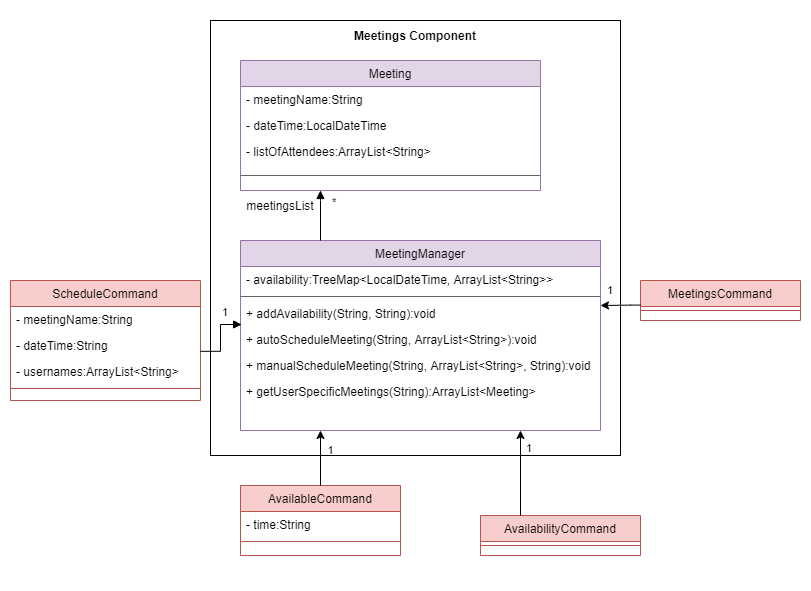
Before: docs/developerGuideDiagrams/meetingsComponent.png, a diagram exported from draw.io (theeugenechong/tp). Source tidied: cells renumbered, new cells last; positions are measured from the earlier drawing's top-left corner, leaving out a move shared by most shapes. The source it was exported from:
```xml
<mxGraphModel>
  <root>
    <mxCell id="0" />
    <mxCell id="1" parent="0" />
    <mxCell id="2" style="rounded=0;whiteSpace=wrap;html=1;strokeColor=none;" parent="1" vertex="1">
      <mxGeometry width="810" height="590" as="geometry" />
    </mxCell>
    <mxCell id="3" value="AvailableCommand" style="swimlane;fontStyle=0;align=center;verticalAlign=top;horizontal=1;startSize=26;rounded=0;shadow=0;strokeWidth=1;fillColor=#f8cecc;strokeColor=#b85450;" parent="1" vertex="1">
      <mxGeometry x="240" y="485" width="160" height="70" as="geometry" />
    </mxCell>
    <mxCell id="4" value="- time:String" style="text;align=left;verticalAlign=top;spacingLeft=4;spacingRight=4;overflow=hidden;" parent="3" vertex="1">
      <mxGeometry y="26" width="160" height="26" as="geometry" />
    </mxCell>
    <mxCell id="5" style="line;html=1;strokeWidth=1;align=left;verticalAlign=middle;spacingTop=-1;spacingLeft=3;spacingRight=3;labelPosition=right;fillColor=#f8cecc;strokeColor=#b85450;" parent="3" vertex="1">
      <mxGeometry y="52" width="160" height="8" as="geometry" />
    </mxCell>
    <mxCell id="6" value="AvailabilityCommand" style="swimlane;fontStyle=0;align=center;verticalAlign=top;horizontal=1;startSize=26;rounded=0;shadow=0;strokeWidth=1;fillColor=#f8cecc;strokeColor=#b85450;" parent="1" vertex="1">
      <mxGeometry x="480" y="515" width="160" height="40" as="geometry" />
    </mxCell>
    <mxCell id="7" style="line;html=1;strokeWidth=1;align=left;verticalAlign=middle;spacingTop=-1;spacingLeft=3;spacingRight=3;labelPosition=right;fillColor=#f8cecc;strokeColor=#b85450;" parent="6" vertex="1">
      <mxGeometry y="26" width="160" height="8" as="geometry" />
    </mxCell>
    <mxCell id="8" value="MeetingManager" style="swimlane;fontStyle=0;align=center;verticalAlign=top;horizontal=1;startSize=26;rounded=0;shadow=0;strokeWidth=1;fillColor=#e1d5e7;strokeColor=#9673a6;" parent="1" vertex="1">
      <mxGeometry x="240" y="240" width="360" height="190" as="geometry" />
    </mxCell>
    <mxCell id="9" value="- availability:TreeMap&lt;LocalDateTime, ArrayList&lt;String&gt;&gt;" style="text;align=left;verticalAlign=top;spacingLeft=4;spacingRight=4;overflow=hidden;" parent="8" vertex="1">
      <mxGeometry y="26" width="360" height="26" as="geometry" />
    </mxCell>
    <mxCell id="10" style="line;html=1;strokeWidth=1;align=left;verticalAlign=middle;spacingTop=-1;spacingLeft=3;spacingRight=3;labelPosition=right;fillColor=#f5f5f5;fontColor=#333333;strokeColor=#666666;" parent="8" vertex="1">
      <mxGeometry y="52" width="360" height="8" as="geometry" />
    </mxCell>
    <mxCell id="11" value="+ addAvailability(String, String):void" style="text;align=left;verticalAlign=top;spacingLeft=4;spacingRight=4;overflow=hidden;points=[[0,0.5],[1,0.5]];portConstraint=eastwest;" parent="8" vertex="1">
      <mxGeometry y="60" width="360" height="26" as="geometry" />
    </mxCell>
    <mxCell id="12" value="+ autoScheduleMeeting(String, ArrayList&lt;String&gt;):void" style="text;align=left;verticalAlign=top;spacingLeft=4;spacingRight=4;overflow=hidden;points=[[0,0.5],[1,0.5]];portConstraint=eastwest;" parent="8" vertex="1">
      <mxGeometry y="86" width="360" height="26" as="geometry" />
    </mxCell>
    <mxCell id="13" value="+ manualScheduleMeeting(String, ArrayList&lt;String&gt;, String):void" style="text;align=left;verticalAlign=top;spacingLeft=4;spacingRight=4;overflow=hidden;" parent="8" vertex="1">
      <mxGeometry y="112" width="360" height="26" as="geometry" />
    </mxCell>
    <mxCell id="14" value="+ getUserSpecificMeetings(String):ArrayList&lt;Meeting&gt;" style="text;align=left;verticalAlign=top;spacingLeft=4;spacingRight=4;overflow=hidden;" parent="8" vertex="1">
      <mxGeometry y="138" width="360" height="26" as="geometry" />
    </mxCell>
    <mxCell id="15" value="1" style="edgeLabel;html=1;align=left;verticalAlign=bottom;" parent="1" vertex="1">
      <mxGeometry x="530" y="390" as="geometry">
        <mxPoint x="-6" y="66" as="offset" />
      </mxGeometry>
    </mxCell>
    <mxCell id="16" value="Meeting" style="swimlane;fontStyle=0;align=center;verticalAlign=top;horizontal=1;startSize=26;rounded=0;shadow=0;strokeWidth=1;fillColor=#e1d5e7;strokeColor=#9673a6;" parent="1" vertex="1">
      <mxGeometry x="240" y="60" width="300" height="130" as="geometry" />
    </mxCell>
    <mxCell id="17" value="- meetingName:String" style="text;align=left;verticalAlign=top;spacingLeft=4;spacingRight=4;overflow=hidden;" parent="16" vertex="1">
      <mxGeometry y="26" width="300" height="26" as="geometry" />
    </mxCell>
    <mxCell id="18" value="- dateTime:LocalDateTime" style="text;align=left;verticalAlign=top;spacingLeft=4;spacingRight=4;overflow=hidden;" parent="16" vertex="1">
      <mxGeometry y="52" width="300" height="26" as="geometry" />
    </mxCell>
    <mxCell id="19" value="- listOfAttendees:ArrayList&lt;String&gt;" style="text;align=left;verticalAlign=top;spacingLeft=4;spacingRight=4;overflow=hidden;" parent="16" vertex="1">
      <mxGeometry y="78" width="300" height="26" as="geometry" />
    </mxCell>
    <mxCell id="20" style="line;html=1;strokeWidth=1;align=left;verticalAlign=middle;spacingTop=-1;spacingLeft=3;spacingRight=3;labelPosition=right;fillColor=#f5f5f5;fontColor=#333333;strokeColor=#666666;" parent="16" vertex="1">
      <mxGeometry y="104" width="300" height="22" as="geometry" />
    </mxCell>
    <mxCell id="21" style="endArrow=block;endFill=1;html=1;edgeStyle=orthogonalEdgeStyle;align=left;verticalAlign=top;rounded=0;" parent="1" edge="1">
      <mxGeometry x="-1" relative="1" as="geometry">
        <mxPoint x="320" y="240" as="sourcePoint" />
        <mxPoint x="320" y="190" as="targetPoint" />
        <Array as="points">
          <mxPoint x="320" y="200" />
          <mxPoint x="320" y="200" />
        </Array>
      </mxGeometry>
    </mxCell>
    <mxCell id="22" value="*" style="edgeLabel;html=1;align=left;verticalAlign=bottom;" parent="21" vertex="1">
      <mxGeometry x="-1" relative="1" as="geometry">
        <mxPoint x="10" y="-30" as="offset" />
      </mxGeometry>
    </mxCell>
    <mxCell id="23" value="ScheduleCommand" style="swimlane;fontStyle=0;align=center;verticalAlign=top;horizontal=1;startSize=26;rounded=0;shadow=0;strokeWidth=1;fillColor=#f8cecc;strokeColor=#b85450;" parent="1" vertex="1">
      <mxGeometry x="10" y="280" width="190" height="120" as="geometry" />
    </mxCell>
    <mxCell id="24" value="- meetingName:String" style="text;align=left;verticalAlign=top;spacingLeft=4;spacingRight=4;overflow=hidden;" parent="23" vertex="1">
      <mxGeometry y="26" width="190" height="26" as="geometry" />
    </mxCell>
    <mxCell id="25" value="- dateTime:String" style="text;align=left;verticalAlign=top;spacingLeft=4;spacingRight=4;overflow=hidden;points=[[0,0.5],[1,0.5]];portConstraint=eastwest;" parent="23" vertex="1">
      <mxGeometry y="52" width="190" height="26" as="geometry" />
    </mxCell>
    <mxCell id="26" value="- usernames:ArrayList&lt;String&gt;" style="text;align=left;verticalAlign=top;spacingLeft=4;spacingRight=4;overflow=hidden;" parent="23" vertex="1">
      <mxGeometry y="78" width="190" height="26" as="geometry" />
    </mxCell>
    <mxCell id="27" style="line;html=1;strokeWidth=1;align=left;verticalAlign=middle;spacingTop=-1;spacingLeft=3;spacingRight=3;labelPosition=right;fillColor=#f8cecc;strokeColor=#b85450;" parent="23" vertex="1">
      <mxGeometry y="104" width="190" height="8" as="geometry" />
    </mxCell>
    <mxCell id="28" style="endArrow=block;endFill=1;html=1;edgeStyle=orthogonalEdgeStyle;align=left;verticalAlign=top;rounded=0;entryX=0.003;entryY=0.923;entryDx=0;entryDy=0;entryPerimeter=0;exitX=1;exitY=0.724;exitDx=0;exitDy=0;exitPerimeter=0;" parent="1" edge="1" source="25" target="11">
      <mxGeometry x="-1" relative="1" as="geometry">
        <Array as="points">
          <mxPoint x="220" y="351" />
          <mxPoint x="220" y="324" />
        </Array>
      </mxGeometry>
    </mxCell>
    <mxCell id="29" value="1" style="edgeLabel;html=1;align=left;verticalAlign=bottom;" parent="28" vertex="1">
      <mxGeometry x="-1" relative="1" as="geometry">
        <mxPoint x="20" y="-31" as="offset" />
      </mxGeometry>
    </mxCell>
    <mxCell id="30" value="MeetingsCommand" style="swimlane;fontStyle=0;align=center;verticalAlign=top;horizontal=1;startSize=26;rounded=0;shadow=0;strokeWidth=1;fillColor=#f8cecc;strokeColor=#b85450;" parent="1" vertex="1">
      <mxGeometry x="640" y="280" width="160" height="40" as="geometry" />
    </mxCell>
    <mxCell id="31" style="line;html=1;strokeWidth=1;align=left;verticalAlign=middle;spacingTop=-1;spacingLeft=3;spacingRight=3;labelPosition=right;fillColor=#f8cecc;strokeColor=#b85450;" parent="30" vertex="1">
      <mxGeometry y="26" width="160" height="8" as="geometry" />
    </mxCell>
    <mxCell id="32" style="edgeStyle=orthogonalEdgeStyle;rounded=0;orthogonalLoop=1;jettySize=auto;html=1;exitX=0.25;exitY=0;exitDx=0;exitDy=0;strokeColor=default;" parent="1" edge="1">
      <mxGeometry relative="1" as="geometry">
        <mxPoint x="640" y="304.6" as="sourcePoint" />
        <mxPoint x="600" y="305" as="targetPoint" />
        <Array as="points">
          <mxPoint x="630" y="304.6" />
        </Array>
      </mxGeometry>
    </mxCell>
    <mxCell id="33" value="1" style="edgeLabel;html=1;align=left;verticalAlign=bottom;" parent="1" vertex="1">
      <mxGeometry x="600" y="300" as="geometry">
        <mxPoint x="5" y="-2" as="offset" />
      </mxGeometry>
    </mxCell>
    <mxCell id="34" style="endArrow=classic;html=1;rounded=0;strokeColor=default;exitX=0.25;exitY=0;exitDx=0;exitDy=0;" parent="1" edge="1" source="6">
      <mxGeometry relative="1" as="geometry">
        <mxPoint x="520" y="430" as="targetPoint" />
      </mxGeometry>
    </mxCell>
    <mxCell id="35" value="1" style="endArrow=classic;html=1;rounded=0;strokeColor=default;exitX=0.5;exitY=0;exitDx=0;exitDy=0;" parent="1" edge="1" source="3">
      <mxGeometry x="0.27" y="-10" relative="1" as="geometry">
        <mxPoint x="320" y="430" as="targetPoint" />
      </mxGeometry>
    </mxCell>
    <mxCell id="36" style="rounded=0;whiteSpace=wrap;html=1;fillColor=none;" parent="1" vertex="1">
      <mxGeometry x="210" y="20" width="410" height="435" as="geometry" />
    </mxCell>
    <mxCell id="37" value="meetingsList" style="text;html=1;strokeColor=none;fillColor=none;align=center;verticalAlign=middle;whiteSpace=wrap;rounded=0;" parent="1" vertex="1">
      <mxGeometry x="235" y="190" width="90" height="30" as="geometry" />
    </mxCell>
    <mxCell id="38" value="&lt;b&gt;Meetings Component&lt;/b&gt;" style="text;html=1;strokeColor=none;fillColor=none;align=center;verticalAlign=middle;whiteSpace=wrap;rounded=0;" parent="1" vertex="1">
      <mxGeometry x="335" y="20" width="160" height="30" as="geometry" />
    </mxCell>
  </root>
</mxGraphModel>
```
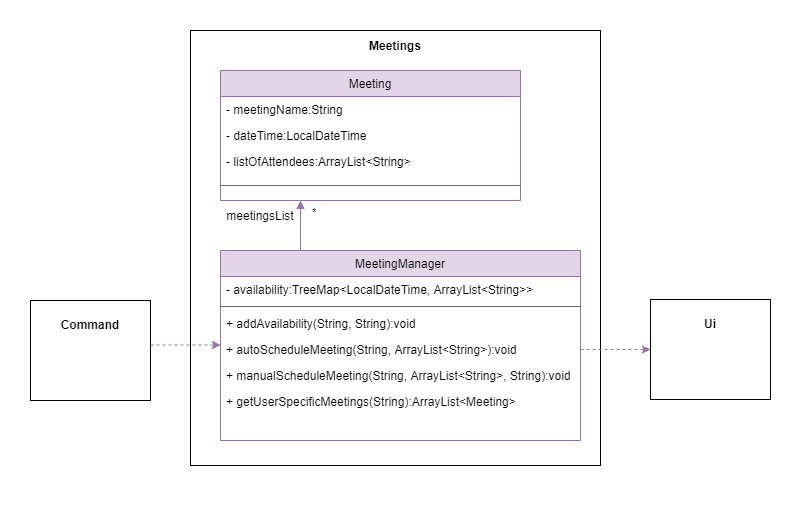
Above is the later version.

Change to the diagram source:
```diff
@@ -3,23 +3,11 @@
     <mxCell id="0" />
     <mxCell id="1" parent="0" />
     <mxCell id="2" style="rounded=0;whiteSpace=wrap;html=1;strokeColor=none;" parent="1" vertex="1">
-      <mxGeometry width="810" height="590" as="geometry" />
+      <mxGeometry x="20" y="-10" width="789" height="520" as="geometry" />
     </mxCell>
-    <mxCell id="3" value="AvailableCommand" style="swimlane;fontStyle=0;align=center;verticalAlign=top;horizontal=1;startSize=26;rounded=0;shadow=0;strokeWidth=1;fillColor=#f8cecc;strokeColor=#b85450;" parent="1" vertex="1">
-      <mxGeometry x="240" y="485" width="160" height="70" as="geometry" />
-    </mxCell>
-    <mxCell id="4" value="- time:String" style="text;align=left;verticalAlign=top;spacingLeft=4;spacingRight=4;overflow=hidden;" parent="3" vertex="1">
-      <mxGeometry y="26" width="160" height="26" as="geometry" />
-    </mxCell>
-    <mxCell id="5" style="line;html=1;strokeWidth=1;align=left;verticalAlign=middle;spacingTop=-1;spacingLeft=3;spacingRight=3;labelPosition=right;fillColor=#f8cecc;strokeColor=#b85450;" parent="3" vertex="1">
-      <mxGeometry y="52" width="160" height="8" as="geometry" />
-    </mxCell>
-    <mxCell id="6" value="AvailabilityCommand" style="swimlane;fontStyle=0;align=center;verticalAlign=top;horizontal=1;startSize=26;rounded=0;shadow=0;strokeWidth=1;fillColor=#f8cecc;strokeColor=#b85450;" parent="1" vertex="1">
-      <mxGeometry x="480" y="515" width="160" height="40" as="geometry" />
-    </mxCell>
-    <mxCell id="7" style="line;html=1;strokeWidth=1;align=left;verticalAlign=middle;spacingTop=-1;spacingLeft=3;spacingRight=3;labelPosition=right;fillColor=#f8cecc;strokeColor=#b85450;" parent="6" vertex="1">
-      <mxGeometry y="26" width="160" height="8" as="geometry" />
-    </mxCell>
+    <mxCell id="36" style="rounded=0;whiteSpace=wrap;html=1;fillColor=none;" parent="1" vertex="1">
+      <mxGeometry x="210" y="20" width="410" height="435" as="geometry" />
+    </mxCell>
     <mxCell id="8" value="MeetingManager" style="swimlane;fontStyle=0;align=center;verticalAlign=top;horizontal=1;startSize=26;rounded=0;shadow=0;strokeWidth=1;fillColor=#e1d5e7;strokeColor=#9673a6;" parent="1" vertex="1">
       <mxGeometry x="240" y="240" width="360" height="190" as="geometry" />
     </mxCell>
@@ -41,11 +29,6 @@
     <mxCell id="14" value="+ getUserSpecificMeetings(String):ArrayList&lt;Meeting&gt;" style="text;align=left;verticalAlign=top;spacingLeft=4;spacingRight=4;overflow=hidden;" parent="8" vertex="1">
       <mxGeometry y="138" width="360" height="26" as="geometry" />
     </mxCell>
-    <mxCell id="15" value="1" style="edgeLabel;html=1;align=left;verticalAlign=bottom;" parent="1" vertex="1">
-      <mxGeometry x="530" y="390" as="geometry">
-        <mxPoint x="-6" y="66" as="offset" />
-      </mxGeometry>
-    </mxCell>
     <mxCell id="16" value="Meeting" style="swimlane;fontStyle=0;align=center;verticalAlign=top;horizontal=1;startSize=26;rounded=0;shadow=0;strokeWidth=1;fillColor=#e1d5e7;strokeColor=#9673a6;" parent="1" vertex="1">
       <mxGeometry x="240" y="60" width="300" height="130" as="geometry" />
     </mxCell>
@@ -61,7 +44,7 @@
     <mxCell id="20" style="line;html=1;strokeWidth=1;align=left;verticalAlign=middle;spacingTop=-1;spacingLeft=3;spacingRight=3;labelPosition=right;fillColor=#f5f5f5;fontColor=#333333;strokeColor=#666666;" parent="16" vertex="1">
       <mxGeometry y="104" width="300" height="22" as="geometry" />
     </mxCell>
-    <mxCell id="21" style="endArrow=block;endFill=1;html=1;edgeStyle=orthogonalEdgeStyle;align=left;verticalAlign=top;rounded=0;" parent="1" edge="1">
+    <mxCell id="21" style="endArrow=block;endFill=1;html=1;edgeStyle=orthogonalEdgeStyle;align=left;verticalAlign=top;rounded=0;fillColor=#e1d5e7;strokeColor=#9673a6;" parent="1" edge="1">
       <mxGeometry x="-1" relative="1" as="geometry">
         <mxPoint x="320" y="240" as="sourcePoint" />
         <mxPoint x="320" y="190" as="targetPoint" />
@@ -76,72 +59,26 @@
         <mxPoint x="10" y="-30" as="offset" />
       </mxGeometry>
     </mxCell>
-    <mxCell id="23" value="ScheduleCommand" style="swimlane;fontStyle=0;align=center;verticalAlign=top;horizontal=1;startSize=26;rounded=0;shadow=0;strokeWidth=1;fillColor=#f8cecc;strokeColor=#b85450;" parent="1" vertex="1">
-      <mxGeometry x="10" y="280" width="190" height="120" as="geometry" />
-    </mxCell>
-    <mxCell id="24" value="- meetingName:String" style="text;align=left;verticalAlign=top;spacingLeft=4;spacingRight=4;overflow=hidden;" parent="23" vertex="1">
-      <mxGeometry y="26" width="190" height="26" as="geometry" />
-    </mxCell>
-    <mxCell id="25" value="- dateTime:String" style="text;align=left;verticalAlign=top;spacingLeft=4;spacingRight=4;overflow=hidden;points=[[0,0.5],[1,0.5]];portConstraint=eastwest;" parent="23" vertex="1">
-      <mxGeometry y="52" width="190" height="26" as="geometry" />
-    </mxCell>
-    <mxCell id="26" value="- usernames:ArrayList&lt;String&gt;" style="text;align=left;verticalAlign=top;spacingLeft=4;spacingRight=4;overflow=hidden;" parent="23" vertex="1">
-      <mxGeometry y="78" width="190" height="26" as="geometry" />
-    </mxCell>
-    <mxCell id="27" style="line;html=1;strokeWidth=1;align=left;verticalAlign=middle;spacingTop=-1;spacingLeft=3;spacingRight=3;labelPosition=right;fillColor=#f8cecc;strokeColor=#b85450;" parent="23" vertex="1">
-      <mxGeometry y="104" width="190" height="8" as="geometry" />
-    </mxCell>
-    <mxCell id="28" style="endArrow=block;endFill=1;html=1;edgeStyle=orthogonalEdgeStyle;align=left;verticalAlign=top;rounded=0;entryX=0.003;entryY=0.923;entryDx=0;entryDy=0;entryPerimeter=0;exitX=1;exitY=0.724;exitDx=0;exitDy=0;exitPerimeter=0;" parent="1" edge="1" source="25" target="11">
-      <mxGeometry x="-1" relative="1" as="geometry">
-        <Array as="points">
-          <mxPoint x="220" y="351" />
-          <mxPoint x="220" y="324" />
-        </Array>
-      </mxGeometry>
-    </mxCell>
-    <mxCell id="29" value="1" style="edgeLabel;html=1;align=left;verticalAlign=bottom;" parent="28" vertex="1">
-      <mxGeometry x="-1" relative="1" as="geometry">
-        <mxPoint x="20" y="-31" as="offset" />
-      </mxGeometry>
-    </mxCell>
-    <mxCell id="30" value="MeetingsCommand" style="swimlane;fontStyle=0;align=center;verticalAlign=top;horizontal=1;startSize=26;rounded=0;shadow=0;strokeWidth=1;fillColor=#f8cecc;strokeColor=#b85450;" parent="1" vertex="1">
-      <mxGeometry x="640" y="280" width="160" height="40" as="geometry" />
-    </mxCell>
-    <mxCell id="31" style="line;html=1;strokeWidth=1;align=left;verticalAlign=middle;spacingTop=-1;spacingLeft=3;spacingRight=3;labelPosition=right;fillColor=#f8cecc;strokeColor=#b85450;" parent="30" vertex="1">
-      <mxGeometry y="26" width="160" height="8" as="geometry" />
-    </mxCell>
-    <mxCell id="32" style="edgeStyle=orthogonalEdgeStyle;rounded=0;orthogonalLoop=1;jettySize=auto;html=1;exitX=0.25;exitY=0;exitDx=0;exitDy=0;strokeColor=default;" parent="1" edge="1">
-      <mxGeometry relative="1" as="geometry">
-        <mxPoint x="640" y="304.6" as="sourcePoint" />
-        <mxPoint x="600" y="305" as="targetPoint" />
-        <Array as="points">
-          <mxPoint x="630" y="304.6" />
-        </Array>
-      </mxGeometry>
-    </mxCell>
-    <mxCell id="33" value="1" style="edgeLabel;html=1;align=left;verticalAlign=bottom;" parent="1" vertex="1">
-      <mxGeometry x="600" y="300" as="geometry">
-        <mxPoint x="5" y="-2" as="offset" />
-      </mxGeometry>
-    </mxCell>
-    <mxCell id="34" style="endArrow=classic;html=1;rounded=0;strokeColor=default;exitX=0.25;exitY=0;exitDx=0;exitDy=0;" parent="1" edge="1" source="6">
-      <mxGeometry relative="1" as="geometry">
-        <mxPoint x="520" y="430" as="targetPoint" />
-      </mxGeometry>
-    </mxCell>
-    <mxCell id="35" value="1" style="endArrow=classic;html=1;rounded=0;strokeColor=default;exitX=0.5;exitY=0;exitDx=0;exitDy=0;" parent="1" edge="1" source="3">
-      <mxGeometry x="0.27" y="-10" relative="1" as="geometry">
-        <mxPoint x="320" y="430" as="targetPoint" />
-      </mxGeometry>
-    </mxCell>
-    <mxCell id="36" style="rounded=0;whiteSpace=wrap;html=1;fillColor=none;" parent="1" vertex="1">
-      <mxGeometry x="210" y="20" width="410" height="435" as="geometry" />
-    </mxCell>
     <mxCell id="37" value="meetingsList" style="text;html=1;strokeColor=none;fillColor=none;align=center;verticalAlign=middle;whiteSpace=wrap;rounded=0;" parent="1" vertex="1">
       <mxGeometry x="235" y="190" width="90" height="30" as="geometry" />
     </mxCell>
-    <mxCell id="38" value="&lt;b&gt;Meetings Component&lt;/b&gt;" style="text;html=1;strokeColor=none;fillColor=none;align=center;verticalAlign=middle;whiteSpace=wrap;rounded=0;" parent="1" vertex="1">
+    <mxCell id="38" value="&lt;b&gt;Meetings&lt;/b&gt;" style="text;html=1;strokeColor=none;fillColor=none;align=center;verticalAlign=middle;whiteSpace=wrap;rounded=0;" parent="1" vertex="1">
       <mxGeometry x="335" y="20" width="160" height="30" as="geometry" />
     </mxCell>
+    <mxCell id="39" value="&lt;p style=&quot;margin: 0px ; margin-top: 4px ; text-align: center&quot;&gt;&lt;br&gt;&lt;b&gt;Command&lt;/b&gt;&lt;/p&gt;" style="verticalAlign=top;align=left;overflow=fill;fontSize=12;fontFamily=Helvetica;html=1;" parent="1" vertex="1">
+      <mxGeometry x="50" y="290" width="120" height="100" as="geometry" />
+    </mxCell>
+    <mxCell id="40" value="&lt;p style=&quot;margin: 0px ; margin-top: 4px ; text-align: center&quot;&gt;&lt;br&gt;&lt;b&gt;Ui&lt;/b&gt;&lt;/p&gt;" style="verticalAlign=top;align=left;overflow=fill;fontSize=12;fontFamily=Helvetica;html=1;" parent="1" vertex="1">
+      <mxGeometry x="670" y="289" width="120" height="100" as="geometry" />
+    </mxCell>
+    <mxCell id="41" style="endArrow=classic;html=1;rounded=0;dashed=1;entryX=0;entryY=0.5;entryDx=0;entryDy=0;exitX=1;exitY=0.5;exitDx=0;exitDy=0;fillColor=#e1d5e7;strokeColor=#9673a6;" parent="1" edge="1" source="12" target="40">
+      <mxGeometry relative="1" as="geometry" />
+    </mxCell>
+    <mxCell id="42" style="endArrow=classic;html=1;rounded=0;dashed=1;entryX=0;entryY=0.5;entryDx=0;entryDy=0;exitX=1;exitY=0.5;exitDx=0;exitDy=0;fillColor=#e1d5e7;strokeColor=#9673a6;" parent="1" edge="1">
+      <mxGeometry relative="1" as="geometry">
+        <mxPoint x="170" y="334.5" as="sourcePoint" />
+        <mxPoint x="240" y="334.5" as="targetPoint" />
+      </mxGeometry>
+    </mxCell>
   </root>
 </mxGraphModel>
```
